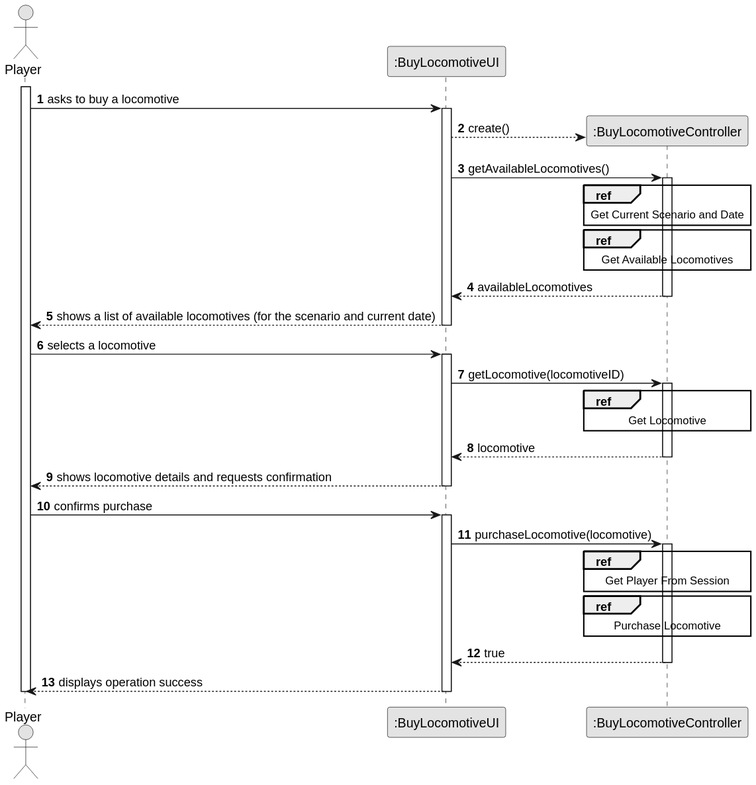
This is docs/system-documentation/Sprint 2/US09/03.design/svg/US09-SD-split.svg from HenriqueSilva18/Railway-Network-Simulator, a PlantUML export, as it was before one commit. Its diagram source:
```plantuml
@startuml
skinparam monochrome true
skinparam packageStyle rectangle
skinparam shadowing false

autonumber

actor "Player" as PLAYER
participant ":BuyLocomotiveUI" as UI
participant ":BuyLocomotiveController" as CTRL

activate PLAYER

    PLAYER -> UI : asks to buy a locomotive
    activate UI
        UI --> CTRL** : create()
        UI -> CTRL : getAvailableLocomotives()

        ref over CTRL
            Get Current Scenario and Date
        end ref

        ref over CTRL
            Get Available Locomotives
        end ref

        activate CTRL
            CTRL --> UI : availableLocomotives
        deactivate CTRL

        UI --> PLAYER : shows a list of available locomotives (for the scenario and current date)
    deactivate UI

    PLAYER -> UI : selects a locomotive
    activate UI
        UI -> CTRL : getLocomotive(locomotiveID)

        ref over CTRL
            Get Locomotive
        end ref

        activate CTRL
            CTRL --> UI : locomotive
        deactivate CTRL

        UI --> PLAYER : shows locomotive details and requests confirmation
    deactivate UI

    PLAYER -> UI : confirms purchase
    activate UI
        UI -> CTRL : purchaseLocomotive(locomotive)

        ref over CTRL
            Get Player From Session
        end ref

        ref over CTRL
            Purchase Locomotive
        end ref

        activate CTRL
            CTRL --> UI : true
        deactivate CTRL

        UI --> PLAYER : displays operation success
    deactivate UI

deactivate PLAYER
@enduml
```
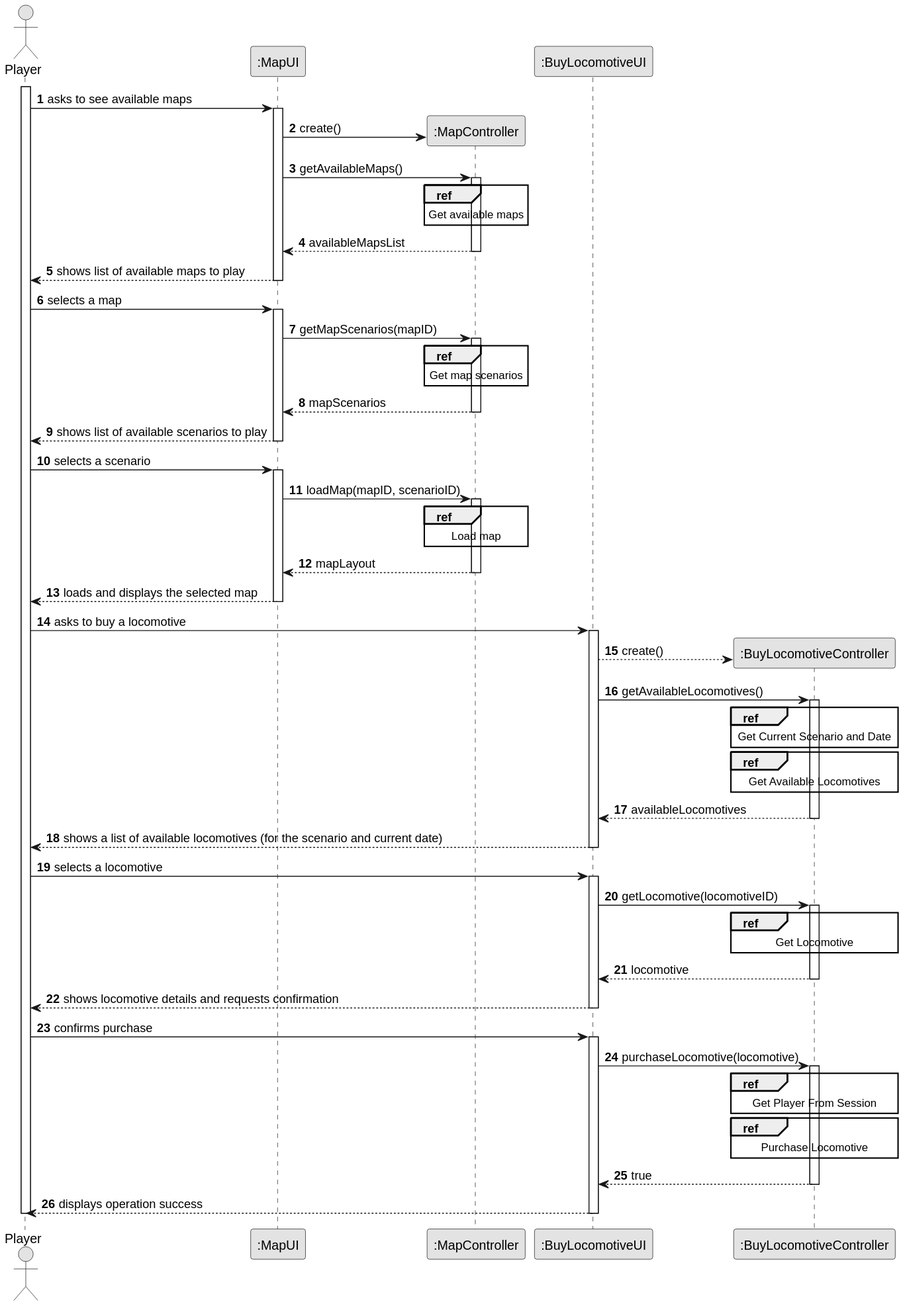
After the commit.

What changed in the source:
```diff
@@ -6,10 +6,50 @@
 autonumber
 
 actor "Player" as PLAYER
+participant ":MapUI" as mapUI
+participant ":MapController" as mapCTRL
 participant ":BuyLocomotiveUI" as UI
 participant ":BuyLocomotiveController" as CTRL
 
 activate PLAYER
+
+    PLAYER -> mapUI: asks to see available maps
+        activate mapUI
+        mapUI -> mapCTRL**: create()
+        mapUI -> mapCTRL: getAvailableMaps()
+            activate mapCTRL
+                ref over mapCTRL
+                    Get available maps
+                end
+            mapCTRL --> mapUI: availableMapsList
+            deactivate mapCTRL
+        mapUI --> PLAYER: shows list of available maps to play
+        deactivate mapUI
+
+    PLAYER -> mapUI: selects a map
+        activate mapUI
+        mapUI -> mapCTRL: getMapScenarios(mapID)
+            activate mapCTRL
+                ref over mapCTRL
+                    Get map scenarios
+                end
+            mapCTRL --> mapUI: mapScenarios
+            deactivate mapCTRL
+        mapUI --> PLAYER: shows list of available scenarios to play
+        deactivate mapUI
+    PLAYER -> mapUI: selects a scenario
+
+        activate mapUI
+        mapUI -> mapCTRL: loadMap(mapID, scenarioID)
+            activate mapCTRL
+                ref over mapCTRL
+                    Load map
+                end
+            mapCTRL --> mapUI: mapLayout
+            deactivate mapCTRL
+        mapUI --> PLAYER: loads and displays the selected map
+        deactivate mapUI
+
 
     PLAYER -> UI : asks to buy a locomotive
     activate UI
```
